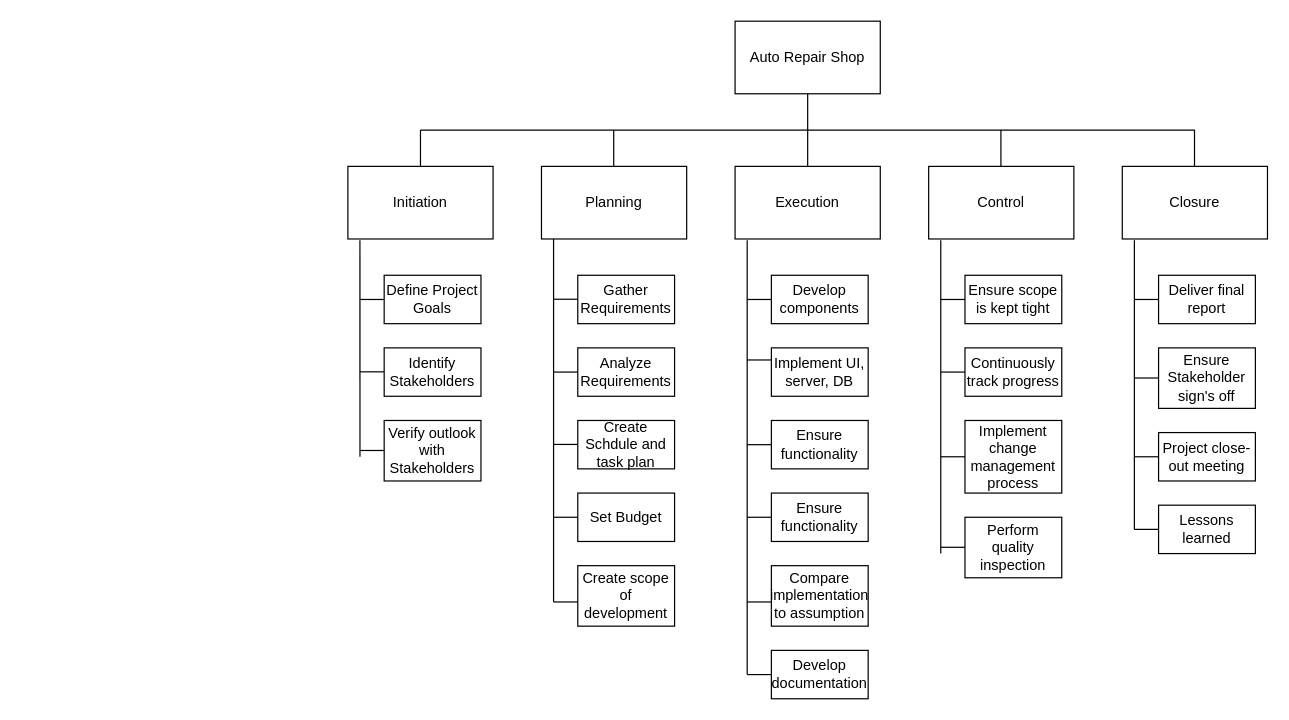
DylanBriSmith/4313Drawings keeps this draw.io diagram as AutoRepairHybrid.drawio. Above is the earlier version. Source tidied: cells renumbered, new cells numbered last; positions are measured from the earlier drawing's top-left corner, leaving out a move shared by most shapes. Both pictures are drawn from the tidied source at 121%, with x=0, y=0 at pixel (347, 21).
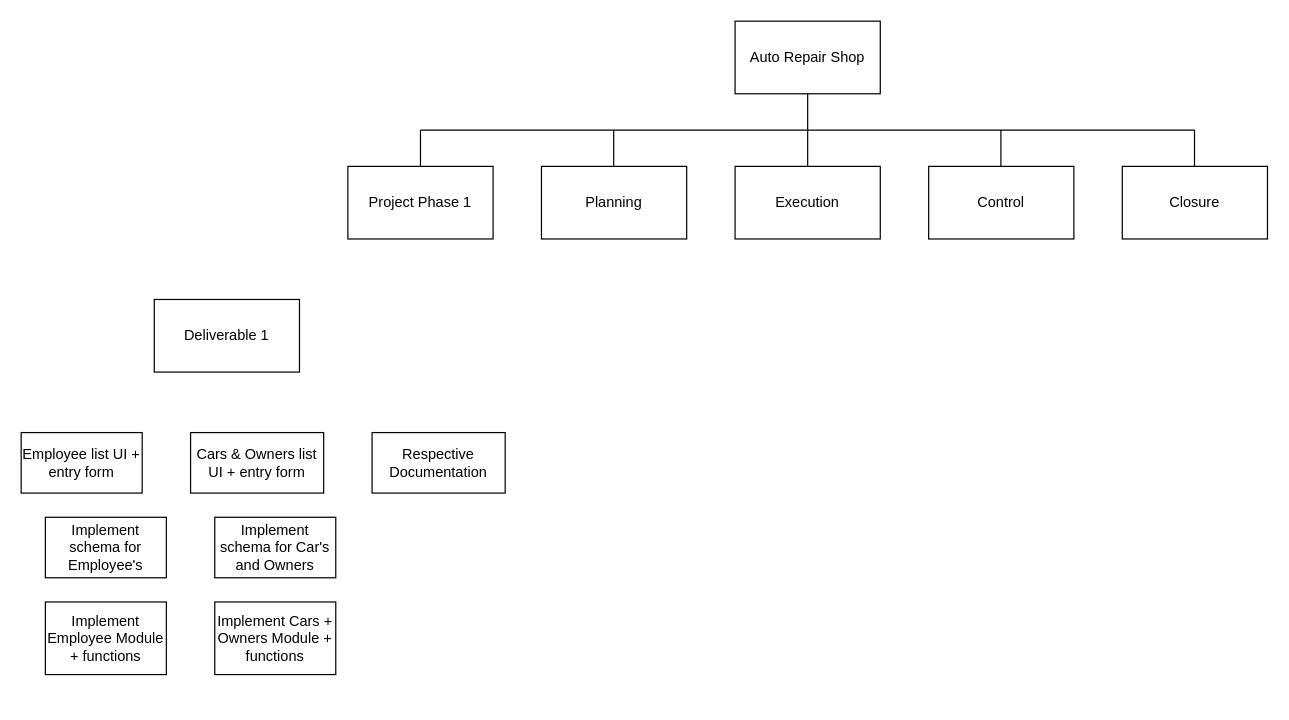
Above is the later version.

Diff of the diagram source:
```diff
@@
-    <mxCell id="3" value="Initiation" style="rounded=0;whiteSpace=wrap;html=1;" parent="1" vertex="1">
+    <mxCell id="3" value="Project Phase 1" style="rounded=0;whiteSpace=wrap;html=1;" parent="1" vertex="1">
       <mxGeometry y="120" width="120" height="60" as="geometry" />
     </mxCell>
@@
-    <mxCell id="15" value="Define Project Goals" style="rounded=0;whiteSpace=wrap;html=1;" parent="1" vertex="1">
-      <mxGeometry x="30" y="210" width="80" height="40" as="geometry" />
-    </mxCell>
-    <mxCell id="16" value="Identify Stakeholders" style="rounded=0;whiteSpace=wrap;html=1;" parent="1" vertex="1">
-      <mxGeometry x="30" y="270" width="80" height="40" as="geometry" />
-    </mxCell>
-    <mxCell id="17" value="Gather Requirements" style="rounded=0;whiteSpace=wrap;html=1;" parent="1" vertex="1">
-      <mxGeometry x="190" y="210" width="80" height="40" as="geometry" />
-    </mxCell>
-    <mxCell id="18" value="Analyze Requirements" style="rounded=0;whiteSpace=wrap;html=1;" parent="1" vertex="1">
-      <mxGeometry x="190" y="270" width="80" height="40" as="geometry" />
-    </mxCell>
-    <mxCell id="19" value="Create Schdule and task plan" style="rounded=0;whiteSpace=wrap;html=1;" parent="1" vertex="1">
-      <mxGeometry x="190" y="330" width="80" height="40" as="geometry" />
-    </mxCell>
-    <mxCell id="20" value="Set Budget" style="rounded=0;whiteSpace=wrap;html=1;" parent="1" vertex="1">
-      <mxGeometry x="190" y="390" width="80" height="40" as="geometry" />
-    </mxCell>
-    <mxCell id="21" value="Verify outlook with Stakeholders" style="rounded=0;whiteSpace=wrap;html=1;" parent="1" vertex="1">
-      <mxGeometry x="30" y="330" width="80" height="50" as="geometry" />
-    </mxCell>
-    <mxCell id="22" value="Create scope of development" style="rounded=0;whiteSpace=wrap;html=1;" parent="1" vertex="1">
-      <mxGeometry x="190" y="450" width="80" height="50" as="geometry" />
-    </mxCell>
-    <mxCell id="23" value="Develop components" style="rounded=0;whiteSpace=wrap;html=1;" parent="1" vertex="1">
-      <mxGeometry x="350" y="210" width="80" height="40" as="geometry" />
-    </mxCell>
-    <mxCell id="24" value="Implement UI, server, DB" style="rounded=0;whiteSpace=wrap;html=1;" parent="1" vertex="1">
-      <mxGeometry x="350" y="270" width="80" height="40" as="geometry" />
-    </mxCell>
-    <mxCell id="25" value="Ensure functionality" style="rounded=0;whiteSpace=wrap;html=1;" parent="1" vertex="1">
-      <mxGeometry x="350" y="330" width="80" height="40" as="geometry" />
-    </mxCell>
-    <mxCell id="26" value="Ensure functionality" style="rounded=0;whiteSpace=wrap;html=1;" parent="1" vertex="1">
-      <mxGeometry x="350" y="390" width="80" height="40" as="geometry" />
-    </mxCell>
-    <mxCell id="27" value="Compare implementation to assumption" style="rounded=0;whiteSpace=wrap;html=1;" parent="1" vertex="1">
-      <mxGeometry x="350" y="450" width="80" height="50" as="geometry" />
-    </mxCell>
-    <mxCell id="28" value="Develop documentation" style="rounded=0;whiteSpace=wrap;html=1;" parent="1" vertex="1">
-      <mxGeometry x="350" y="520" width="80" height="40" as="geometry" />
-    </mxCell>
-    <mxCell id="29" value="Ensure scope is kept tight" style="rounded=0;whiteSpace=wrap;html=1;" parent="1" vertex="1">
-      <mxGeometry x="510" y="210" width="80" height="40" as="geometry" />
-    </mxCell>
-    <mxCell id="30" value="Continuously track progress" style="rounded=0;whiteSpace=wrap;html=1;" parent="1" vertex="1">
-      <mxGeometry x="510" y="270" width="80" height="40" as="geometry" />
-    </mxCell>
-    <mxCell id="31" value="Implement change management process" style="rounded=0;whiteSpace=wrap;html=1;" parent="1" vertex="1">
-      <mxGeometry x="510" y="330" width="80" height="60" as="geometry" />
-    </mxCell>
-    <mxCell id="32" value="Perform quality inspection" style="rounded=0;whiteSpace=wrap;html=1;" parent="1" vertex="1">
-      <mxGeometry x="510" y="410" width="80" height="50" as="geometry" />
-    </mxCell>
-    <mxCell id="33" value="Deliver final report" style="rounded=0;whiteSpace=wrap;html=1;" parent="1" vertex="1">
-      <mxGeometry x="670" y="210" width="80" height="40" as="geometry" />
-    </mxCell>
-    <mxCell id="34" value="Ensure Stakeholder sign's off" style="rounded=0;whiteSpace=wrap;html=1;" parent="1" vertex="1">
-      <mxGeometry x="670" y="270" width="80" height="50" as="geometry" />
-    </mxCell>
-    <mxCell id="35" value="Project close-out meeting" style="rounded=0;whiteSpace=wrap;html=1;" parent="1" vertex="1">
-      <mxGeometry x="670" y="340" width="80" height="40" as="geometry" />
-    </mxCell>
-    <mxCell id="36" value="Lessons learned" style="rounded=0;whiteSpace=wrap;html=1;" parent="1" vertex="1">
-      <mxGeometry x="670" y="400" width="80" height="40" as="geometry" />
-    </mxCell>
-    <mxCell id="37" style="endArrow=none;html=1;rounded=0;entryX=0.083;entryY=1.017;entryDx=0;entryDy=0;entryPerimeter=0;" parent="1" edge="1" target="3">
-      <mxGeometry relative="1" as="geometry">
-        <mxPoint x="10" y="360" as="sourcePoint" />
-      </mxGeometry>
-    </mxCell>
-    <mxCell id="38" style="endArrow=none;html=1;rounded=0;entryX=0.083;entryY=1.017;entryDx=0;entryDy=0;entryPerimeter=0;" parent="1" edge="1">
-      <mxGeometry relative="1" as="geometry">
-        <mxPoint x="170" y="480" as="sourcePoint" />
-        <mxPoint x="170" y="180" as="targetPoint" />
-      </mxGeometry>
-    </mxCell>
-    <mxCell id="39" style="endArrow=none;html=1;rounded=0;entryX=0.083;entryY=1.017;entryDx=0;entryDy=0;entryPerimeter=0;" parent="1" edge="1">
-      <mxGeometry relative="1" as="geometry">
-        <mxPoint x="330" y="540" as="sourcePoint" />
-        <mxPoint x="330" y="181" as="targetPoint" />
-      </mxGeometry>
-    </mxCell>
-    <mxCell id="40" style="endArrow=none;html=1;rounded=0;entryX=0.083;entryY=1.017;entryDx=0;entryDy=0;entryPerimeter=0;" parent="1" edge="1">
-      <mxGeometry relative="1" as="geometry">
-        <mxPoint x="490" y="440" as="sourcePoint" />
-        <mxPoint x="490" y="181" as="targetPoint" />
-      </mxGeometry>
-    </mxCell>
-    <mxCell id="41" style="endArrow=none;html=1;rounded=0;entryX=0.083;entryY=1.017;entryDx=0;entryDy=0;entryPerimeter=0;" parent="1" edge="1">
-      <mxGeometry relative="1" as="geometry">
-        <mxPoint x="650" y="420" as="sourcePoint" />
-        <mxPoint x="650" y="181" as="targetPoint" />
-      </mxGeometry>
-    </mxCell>
-    <mxCell id="42" style="endArrow=none;html=1;rounded=0;entryX=0;entryY=0.5;entryDx=0;entryDy=0;" parent="1" edge="1" target="15">
-      <mxGeometry relative="1" as="geometry">
-        <mxPoint x="10" y="230" as="sourcePoint" />
-      </mxGeometry>
-    </mxCell>
-    <mxCell id="43" style="endArrow=none;html=1;rounded=0;entryX=0;entryY=0.5;entryDx=0;entryDy=0;" parent="1" edge="1">
-      <mxGeometry relative="1" as="geometry">
-        <mxPoint x="10" y="289.8" as="sourcePoint" />
-        <mxPoint x="30" y="289.8" as="targetPoint" />
-      </mxGeometry>
-    </mxCell>
-    <mxCell id="44" style="endArrow=none;html=1;rounded=0;entryX=0;entryY=0.5;entryDx=0;entryDy=0;" parent="1" edge="1">
-      <mxGeometry relative="1" as="geometry">
-        <mxPoint x="10" y="354.8" as="sourcePoint" />
-        <mxPoint x="30" y="354.8" as="targetPoint" />
-      </mxGeometry>
-    </mxCell>
-    <mxCell id="45" style="endArrow=none;html=1;rounded=0;entryX=0;entryY=0.5;entryDx=0;entryDy=0;" parent="1" edge="1">
-      <mxGeometry relative="1" as="geometry">
-        <mxPoint x="170" y="229.8" as="sourcePoint" />
-        <mxPoint x="190" y="229.8" as="targetPoint" />
-      </mxGeometry>
-    </mxCell>
-    <mxCell id="46" style="endArrow=none;html=1;rounded=0;entryX=0;entryY=0.5;entryDx=0;entryDy=0;" parent="1" edge="1">
-      <mxGeometry relative="1" as="geometry">
-        <mxPoint x="170" y="290" as="sourcePoint" />
-        <mxPoint x="190" y="290" as="targetPoint" />
-      </mxGeometry>
-    </mxCell>
-    <mxCell id="47" style="endArrow=none;html=1;rounded=0;entryX=0;entryY=0.5;entryDx=0;entryDy=0;" parent="1" edge="1">
-      <mxGeometry relative="1" as="geometry">
-        <mxPoint x="170" y="349.8" as="sourcePoint" />
-        <mxPoint x="190" y="349.8" as="targetPoint" />
-      </mxGeometry>
-    </mxCell>
-    <mxCell id="48" style="endArrow=none;html=1;rounded=0;entryX=0;entryY=0.5;entryDx=0;entryDy=0;" parent="1" edge="1">
-      <mxGeometry relative="1" as="geometry">
-        <mxPoint x="170" y="410" as="sourcePoint" />
-        <mxPoint x="190" y="410" as="targetPoint" />
-      </mxGeometry>
-    </mxCell>
-    <mxCell id="49" style="endArrow=none;html=1;rounded=0;entryX=0;entryY=0.5;entryDx=0;entryDy=0;" parent="1" edge="1">
-      <mxGeometry relative="1" as="geometry">
-        <mxPoint x="330" y="230" as="sourcePoint" />
-        <mxPoint x="350" y="230" as="targetPoint" />
-      </mxGeometry>
-    </mxCell>
-    <mxCell id="50" style="endArrow=none;html=1;rounded=0;entryX=0;entryY=0.5;entryDx=0;entryDy=0;" parent="1" edge="1">
-      <mxGeometry relative="1" as="geometry">
-        <mxPoint x="330" y="280" as="sourcePoint" />
-        <mxPoint x="350" y="280" as="targetPoint" />
-      </mxGeometry>
-    </mxCell>
-    <mxCell id="51" style="endArrow=none;html=1;rounded=0;entryX=0;entryY=0.5;entryDx=0;entryDy=0;" parent="1" edge="1">
-      <mxGeometry relative="1" as="geometry">
-        <mxPoint x="330" y="350" as="sourcePoint" />
-        <mxPoint x="350" y="350" as="targetPoint" />
-      </mxGeometry>
-    </mxCell>
-    <mxCell id="52" style="endArrow=none;html=1;rounded=0;entryX=0;entryY=0.5;entryDx=0;entryDy=0;" parent="1" edge="1">
-      <mxGeometry relative="1" as="geometry">
-        <mxPoint x="330" y="410" as="sourcePoint" />
-        <mxPoint x="350" y="410" as="targetPoint" />
-      </mxGeometry>
-    </mxCell>
-    <mxCell id="53" style="endArrow=none;html=1;rounded=0;entryX=0;entryY=0.5;entryDx=0;entryDy=0;" parent="1" edge="1">
-      <mxGeometry relative="1" as="geometry">
-        <mxPoint x="330" y="480" as="sourcePoint" />
-        <mxPoint x="350" y="480" as="targetPoint" />
-      </mxGeometry>
-    </mxCell>
-    <mxCell id="54" style="endArrow=none;html=1;rounded=0;entryX=0;entryY=0.5;entryDx=0;entryDy=0;" parent="1" edge="1">
-      <mxGeometry relative="1" as="geometry">
-        <mxPoint x="170" y="480" as="sourcePoint" />
-        <mxPoint x="190" y="480" as="targetPoint" />
-      </mxGeometry>
-    </mxCell>
-    <mxCell id="55" style="endArrow=none;html=1;rounded=0;entryX=0;entryY=0.5;entryDx=0;entryDy=0;" parent="1" edge="1">
-      <mxGeometry relative="1" as="geometry">
-        <mxPoint x="330" y="540" as="sourcePoint" />
-        <mxPoint x="350" y="540" as="targetPoint" />
-      </mxGeometry>
-    </mxCell>
-    <mxCell id="56" style="endArrow=none;html=1;rounded=0;entryX=0;entryY=0.5;entryDx=0;entryDy=0;" parent="1" edge="1">
-      <mxGeometry relative="1" as="geometry">
-        <mxPoint x="490" y="230" as="sourcePoint" />
-        <mxPoint x="510" y="230" as="targetPoint" />
-      </mxGeometry>
-    </mxCell>
-    <mxCell id="57" style="endArrow=none;html=1;rounded=0;entryX=0;entryY=0.5;entryDx=0;entryDy=0;" parent="1" edge="1">
-      <mxGeometry relative="1" as="geometry">
-        <mxPoint x="490" y="290" as="sourcePoint" />
-        <mxPoint x="510" y="290" as="targetPoint" />
-      </mxGeometry>
-    </mxCell>
-    <mxCell id="58" style="endArrow=none;html=1;rounded=0;entryX=0;entryY=0.5;entryDx=0;entryDy=0;" parent="1" edge="1">
-      <mxGeometry relative="1" as="geometry">
-        <mxPoint x="490" y="360" as="sourcePoint" />
-        <mxPoint x="510" y="360" as="targetPoint" />
-      </mxGeometry>
-    </mxCell>
-    <mxCell id="59" style="endArrow=none;html=1;rounded=0;entryX=0;entryY=0.5;entryDx=0;entryDy=0;" parent="1" edge="1">
-      <mxGeometry relative="1" as="geometry">
-        <mxPoint x="490" y="434.8" as="sourcePoint" />
-        <mxPoint x="510" y="434.8" as="targetPoint" />
-      </mxGeometry>
-    </mxCell>
-    <mxCell id="60" style="endArrow=none;html=1;rounded=0;entryX=0;entryY=0.5;entryDx=0;entryDy=0;" parent="1" edge="1">
-      <mxGeometry relative="1" as="geometry">
-        <mxPoint x="650" y="230" as="sourcePoint" />
-        <mxPoint x="670" y="230" as="targetPoint" />
-      </mxGeometry>
-    </mxCell>
-    <mxCell id="61" style="endArrow=none;html=1;rounded=0;entryX=0;entryY=0.5;entryDx=0;entryDy=0;" parent="1" edge="1">
-      <mxGeometry relative="1" as="geometry">
-        <mxPoint x="650" y="294.9" as="sourcePoint" />
-        <mxPoint x="670" y="294.9" as="targetPoint" />
-      </mxGeometry>
-    </mxCell>
-    <mxCell id="62" style="endArrow=none;html=1;rounded=0;entryX=0;entryY=0.5;entryDx=0;entryDy=0;" parent="1" edge="1">
-      <mxGeometry relative="1" as="geometry">
-        <mxPoint x="650" y="360" as="sourcePoint" />
-        <mxPoint x="670" y="360" as="targetPoint" />
-      </mxGeometry>
-    </mxCell>
-    <mxCell id="63" style="endArrow=none;html=1;rounded=0;entryX=0;entryY=0.5;entryDx=0;entryDy=0;" parent="1" edge="1">
-      <mxGeometry relative="1" as="geometry">
-        <mxPoint x="650" y="420" as="sourcePoint" />
-        <mxPoint x="670" y="420" as="targetPoint" />
-      </mxGeometry>
-    </mxCell>
+    <mxCell id="64" value="Deliverable 1" style="rounded=0;whiteSpace=wrap;html=1;" parent="1" vertex="1">
+      <mxGeometry x="-160" y="230" width="120" height="60" as="geometry" />
+    </mxCell>
+    <mxCell id="65" value="Employee list UI + entry form" style="rounded=0;whiteSpace=wrap;html=1;" parent="1" vertex="1">
+      <mxGeometry x="-270" y="340" width="100" height="50" as="geometry" />
+    </mxCell>
+    <mxCell id="66" value="Cars &amp;amp; Owners list UI + entry form" style="rounded=0;whiteSpace=wrap;html=1;" parent="1" vertex="1">
+      <mxGeometry x="-130" y="340" width="110" height="50" as="geometry" />
+    </mxCell>
+    <mxCell id="67" value="Implement schema for Employee's" style="rounded=0;whiteSpace=wrap;html=1;" parent="1" vertex="1">
+      <mxGeometry x="-250" y="410" width="100" height="50" as="geometry" />
+    </mxCell>
+    <mxCell id="68" value="Implement schema for Car's and Owners" style="rounded=0;whiteSpace=wrap;html=1;" parent="1" vertex="1">
+      <mxGeometry x="-110" y="410" width="100" height="50" as="geometry" />
+    </mxCell>
+    <mxCell id="69" value="Implement Employee Module + functions" style="rounded=0;whiteSpace=wrap;html=1;" parent="1" vertex="1">
+      <mxGeometry x="-250" y="480" width="100" height="60" as="geometry" />
+    </mxCell>
+    <mxCell id="70" value="Implement Cars + Owners Module + functions" style="rounded=0;whiteSpace=wrap;html=1;" parent="1" vertex="1">
+      <mxGeometry x="-110" y="480" width="100" height="60" as="geometry" />
+    </mxCell>
+    <mxCell id="71" value="Respective Documentation" style="rounded=0;whiteSpace=wrap;html=1;" parent="1" vertex="1">
+      <mxGeometry x="20" y="340" width="110" height="50" as="geometry" />
+    </mxCell>
```
